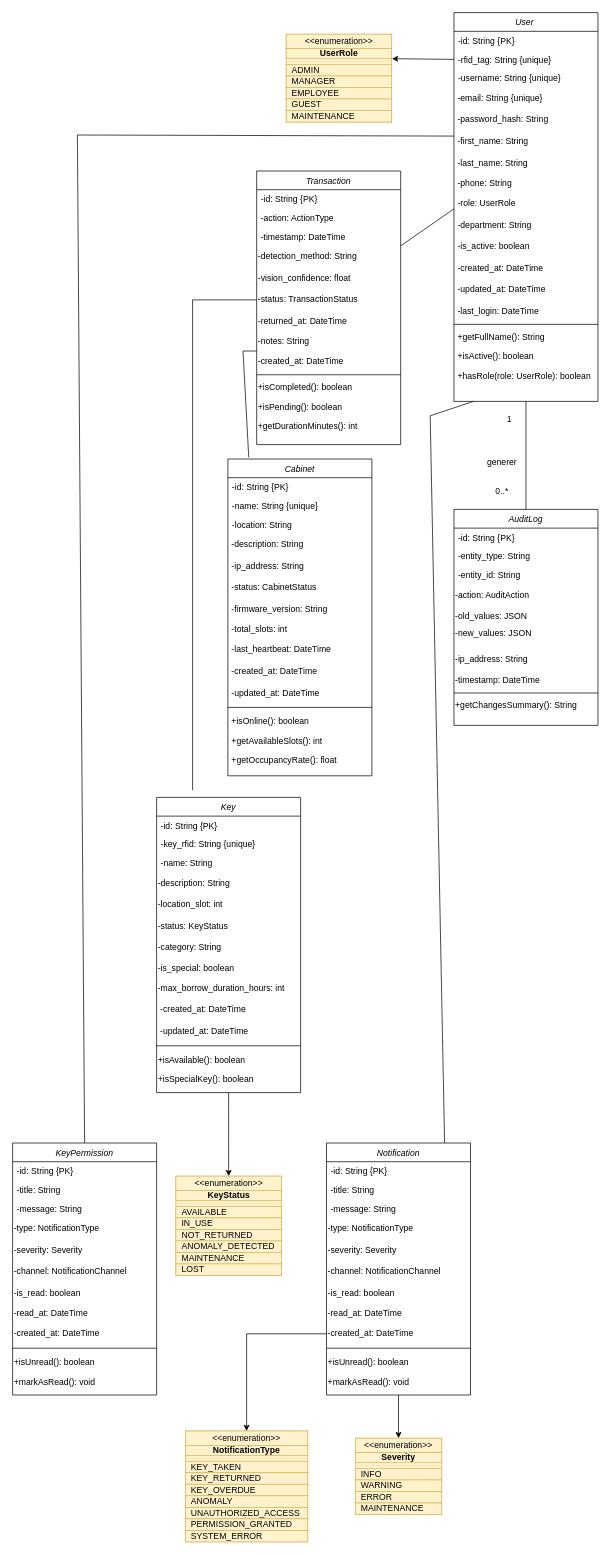
The draw.io diagram classdiagram.drawio in YosrMekkii/smart-key-management-web, before the edit. Source tidied: cells renumbered, new cells numbered last; positions are measured from the earlier drawing's top-left corner, leaving out a move shared by most shapes. Both pictures are drawn from the tidied source at 72%, with x=0, y=0 at pixel (12, 12).
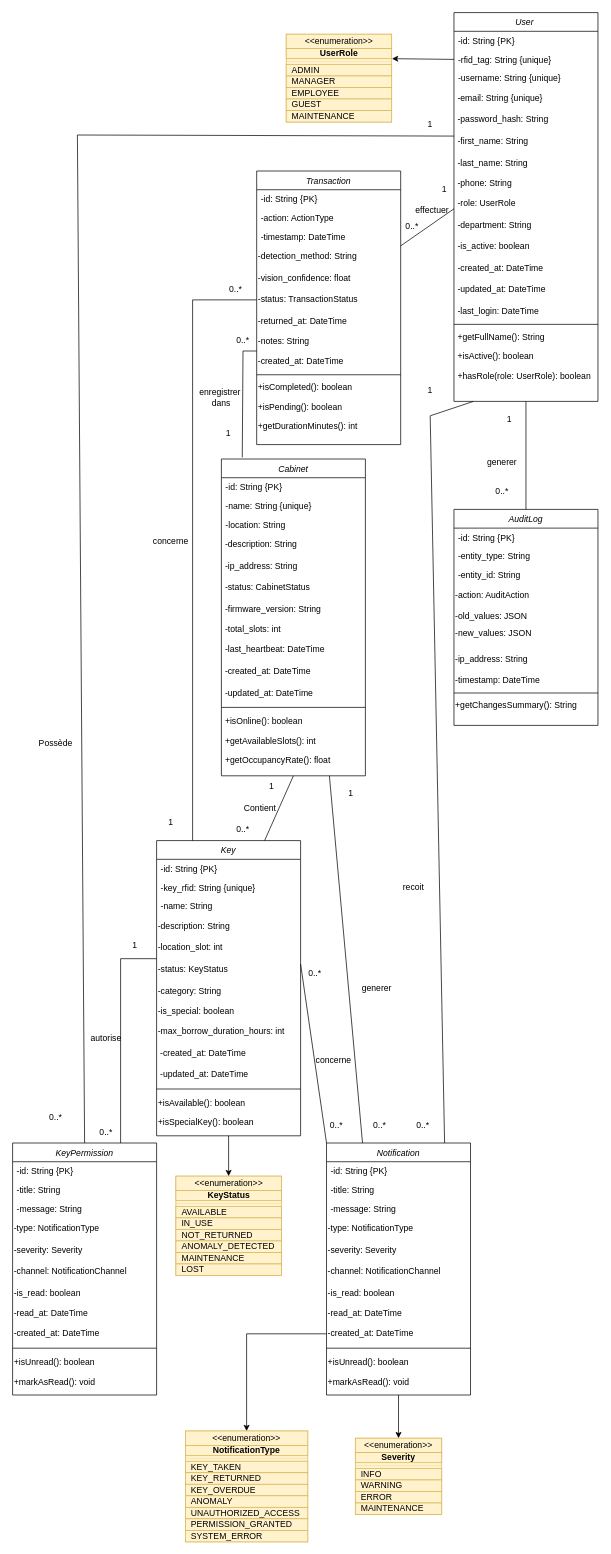
The same page after the edit.

Commit message:
Mettre à jour classdiagram.drawio

The change refers to these unchanged cells:
```xml
<mxCell id="27" value="-status: TransactionStatus" style="text;html=1;whiteSpace=wrap;strokeColor=none;fillColor=none;align=left;verticalAlign=middle;rounded=0;" parent="21" vertex="1">
  <mxGeometry y="164" width="200" height="30" as="geometry" />
</mxCell>
<mxCell id="57" value="-status: KeyStatus" style="text;html=1;whiteSpace=wrap;strokeColor=none;fillColor=none;align=left;verticalAlign=middle;rounded=0;" parent="51" vertex="1">
  <mxGeometry y="164" width="200" height="30" as="geometry" />
</mxCell>
<mxCell id="66" value="KeyPermission" style="swimlane;fontStyle=2;align=center;verticalAlign=top;horizontal=1;startSize=26;rounded=0;shadow=0;strokeWidth=1;" parent="1" vertex="1">
  <mxGeometry y="1570" width="200" height="350" as="geometry" />
</mxCell>
<mxCell id="80" value="Notification" style="swimlane;fontStyle=2;align=center;verticalAlign=top;horizontal=1;startSize=26;rounded=0;shadow=0;strokeWidth=1;" parent="1" vertex="1">
  <mxGeometry x="436" y="1570" width="200" height="350" as="geometry" />
</mxCell>
```

What changed in the source:
```diff
@@
     <mxCell id="35" value="Cabinet" style="swimlane;fontStyle=2;align=center;verticalAlign=top;horizontal=1;startSize=26;rounded=0;shadow=0;strokeWidth=1;" parent="1" vertex="1">
-      <mxGeometry x="299" y="620" width="200" height="440" as="geometry" />
+      <mxGeometry x="290" y="620" width="200" height="440" as="geometry" />
     </mxCell>
@@
     <mxCell id="51" value="Key" style="swimlane;fontStyle=2;align=center;verticalAlign=top;horizontal=1;startSize=26;rounded=0;shadow=0;strokeWidth=1;" parent="1" vertex="1">
-      <mxGeometry x="200" y="1090" width="200" height="410" as="geometry" />
+      <mxGeometry x="200" y="1150" width="200" height="410" as="geometry" />
     </mxCell>
@@
-    <mxCell id="156" style="endArrow=none;html=1;rounded=0;entryX=0;entryY=0.5;entryDx=0;entryDy=0;" parent="1" edge="1" target="27">
+    <mxCell id="156" style="endArrow=none;html=1;rounded=0;entryX=0;entryY=0.5;entryDx=0;entryDy=0;exitX=0.25;exitY=0;exitDx=0;exitDy=0;" parent="1" edge="1" source="51" target="27">
       <mxGeometry relative="1" as="geometry">
-        <mxPoint x="250" y="1080" as="sourcePoint" />
         <Array as="points">
           <mxPoint x="250" y="399" />
         </Array>
       </mxGeometry>
     </mxCell>
@@
+    <mxCell id="158" value="1" style="text;html=1;whiteSpace=wrap;strokeColor=none;fillColor=none;align=center;verticalAlign=middle;rounded=0;" parent="1" vertex="1">
+      <mxGeometry x="570" y="230" width="60" height="30" as="geometry" />
+    </mxCell>
+    <mxCell id="159" value="0..*" style="text;html=1;whiteSpace=wrap;strokeColor=none;fillColor=none;align=center;verticalAlign=middle;rounded=0;" parent="1" vertex="1">
+      <mxGeometry x="525" y="282" width="60" height="30" as="geometry" />
+    </mxCell>
+    <mxCell id="160" value="effectuer" style="text;html=1;whiteSpace=wrap;strokeColor=none;fillColor=none;align=center;verticalAlign=middle;rounded=0;" parent="1" vertex="1">
+      <mxGeometry x="553" y="260" width="60" height="30" as="geometry" />
+    </mxCell>
+    <mxCell id="161" value="1" style="text;html=1;whiteSpace=wrap;strokeColor=none;fillColor=none;align=center;verticalAlign=middle;rounded=0;" parent="1" vertex="1">
+      <mxGeometry x="550" y="510" width="60" height="30" as="geometry" />
+    </mxCell>
+    <mxCell id="162" value="0..*" style="text;html=1;whiteSpace=wrap;strokeColor=none;fillColor=none;align=center;verticalAlign=middle;rounded=0;" parent="1" vertex="1">
+      <mxGeometry x="540" y="1530" width="60" height="30" as="geometry" />
+    </mxCell>
+    <mxCell id="163" value="recoit" style="text;html=1;whiteSpace=wrap;strokeColor=none;fillColor=none;align=center;verticalAlign=middle;rounded=0;" parent="1" vertex="1">
+      <mxGeometry x="526.5" y="1200" width="60" height="30" as="geometry" />
+    </mxCell>
+    <mxCell id="164" value="Possède" style="text;html=1;whiteSpace=wrap;strokeColor=none;fillColor=none;align=center;verticalAlign=middle;rounded=0;" parent="1" vertex="1">
+      <mxGeometry x="30" y="1000" width="60" height="30" as="geometry" />
+    </mxCell>
+    <mxCell id="165" value="0..*" style="text;html=1;whiteSpace=wrap;strokeColor=none;fillColor=none;align=center;verticalAlign=middle;rounded=0;" parent="1" vertex="1">
+      <mxGeometry x="30" y="1520" width="60" height="30" as="geometry" />
+    </mxCell>
+    <mxCell id="166" value="1" style="text;html=1;whiteSpace=wrap;strokeColor=none;fillColor=none;align=center;verticalAlign=middle;rounded=0;" parent="1" vertex="1">
+      <mxGeometry x="550" y="140" width="60" height="30" as="geometry" />
+    </mxCell>
+    <mxCell id="167" value="0..*" style="text;html=1;whiteSpace=wrap;strokeColor=none;fillColor=none;align=center;verticalAlign=middle;rounded=0;" parent="1" vertex="1">
+      <mxGeometry x="280" y="370" width="60" height="30" as="geometry" />
+    </mxCell>
+    <mxCell id="168" value="1" style="text;html=1;whiteSpace=wrap;strokeColor=none;fillColor=none;align=center;verticalAlign=middle;rounded=0;" parent="1" vertex="1">
+      <mxGeometry x="190" y="1110" width="60" height="30" as="geometry" />
+    </mxCell>
+    <mxCell id="169" value="concerne" style="text;html=1;whiteSpace=wrap;strokeColor=none;fillColor=none;align=center;verticalAlign=middle;rounded=0;" parent="1" vertex="1">
+      <mxGeometry x="190" y="720" width="60" height="30" as="geometry" />
+    </mxCell>
+    <mxCell id="170" value="0..*" style="text;html=1;whiteSpace=wrap;strokeColor=none;fillColor=none;align=center;verticalAlign=middle;rounded=0;" parent="1" vertex="1">
+      <mxGeometry x="290" y="440" width="60" height="30" as="geometry" />
+    </mxCell>
+    <mxCell id="171" value="1" style="text;html=1;whiteSpace=wrap;strokeColor=none;fillColor=none;align=center;verticalAlign=middle;rounded=0;" parent="1" vertex="1">
+      <mxGeometry x="270" y="570" width="60" height="30" as="geometry" />
+    </mxCell>
+    <mxCell id="172" value="enregistrer&amp;nbsp; dans" style="text;html=1;whiteSpace=wrap;strokeColor=none;fillColor=none;align=center;verticalAlign=middle;rounded=0;" parent="1" vertex="1">
+      <mxGeometry x="260" y="520" width="60" height="30" as="geometry" />
+    </mxCell>
+    <mxCell id="173" style="endArrow=none;html=1;rounded=0;entryX=0.75;entryY=1;entryDx=0;entryDy=0;exitX=0.25;exitY=0;exitDx=0;exitDy=0;" parent="1" edge="1" source="80" target="35">
+      <mxGeometry relative="1" as="geometry" />
+    </mxCell>
+    <mxCell id="174" value="1" style="text;html=1;whiteSpace=wrap;strokeColor=none;fillColor=none;align=center;verticalAlign=middle;rounded=0;" parent="1" vertex="1">
+      <mxGeometry x="440" y="1070" width="60" height="30" as="geometry" />
+    </mxCell>
+    <mxCell id="175" value="0..*" style="text;html=1;whiteSpace=wrap;strokeColor=none;fillColor=none;align=center;verticalAlign=middle;rounded=0;" parent="1" vertex="1">
+      <mxGeometry x="480" y="1530" width="60" height="30" as="geometry" />
+    </mxCell>
+    <mxCell id="176" value="generer" style="text;html=1;whiteSpace=wrap;strokeColor=none;fillColor=none;align=center;verticalAlign=middle;rounded=0;" parent="1" vertex="1">
+      <mxGeometry x="476" y="1340" width="60" height="30" as="geometry" />
+    </mxCell>
+    <mxCell id="177" style="endArrow=none;html=1;rounded=0;entryX=1;entryY=0.25;entryDx=0;entryDy=0;exitX=0;exitY=0;exitDx=0;exitDy=0;" parent="1" edge="1" source="80" target="57">
+      <mxGeometry relative="1" as="geometry" />
+    </mxCell>
+    <mxCell id="178" style="endArrow=none;html=1;rounded=0;entryX=0.75;entryY=0;entryDx=0;entryDy=0;exitX=0.5;exitY=1;exitDx=0;exitDy=0;" parent="1" edge="1" source="35" target="51">
+      <mxGeometry relative="1" as="geometry" />
+    </mxCell>
+    <mxCell id="179" value="1" style="text;html=1;whiteSpace=wrap;strokeColor=none;fillColor=none;align=center;verticalAlign=middle;rounded=0;" parent="1" vertex="1">
+      <mxGeometry x="330" y="1060" width="60" height="30" as="geometry" />
+    </mxCell>
+    <mxCell id="180" value="0..*" style="text;html=1;whiteSpace=wrap;strokeColor=none;fillColor=none;align=center;verticalAlign=middle;rounded=0;" parent="1" vertex="1">
+      <mxGeometry x="290" y="1120" width="60" height="30" as="geometry" />
+    </mxCell>
+    <mxCell id="181" value="Contient" style="text;html=1;whiteSpace=wrap;strokeColor=none;fillColor=none;align=center;verticalAlign=middle;rounded=0;" parent="1" vertex="1">
+      <mxGeometry x="314" y="1090" width="60" height="30" as="geometry" />
+    </mxCell>
+    <mxCell id="182" style="endArrow=none;html=1;rounded=0;entryX=0.75;entryY=0;entryDx=0;entryDy=0;exitX=0;exitY=0;exitDx=0;exitDy=0;" parent="1" edge="1" source="57" target="66">
+      <mxGeometry relative="1" as="geometry">
+        <Array as="points">
+          <mxPoint x="150" y="1314" />
+        </Array>
+      </mxGeometry>
+    </mxCell>
+    <mxCell id="183" value="1" style="text;html=1;whiteSpace=wrap;strokeColor=none;fillColor=none;align=center;verticalAlign=middle;rounded=0;" parent="1" vertex="1">
+      <mxGeometry x="140" y="1280" width="60" height="30" as="geometry" />
+    </mxCell>
+    <mxCell id="184" value="0..*" style="text;html=1;whiteSpace=wrap;strokeColor=none;fillColor=none;align=center;verticalAlign=middle;rounded=0;" parent="1" vertex="1">
+      <mxGeometry x="100" y="1540" width="60" height="30" as="geometry" />
+    </mxCell>
+    <mxCell id="185" value="autorise" style="text;html=1;whiteSpace=wrap;strokeColor=none;fillColor=none;align=center;verticalAlign=middle;rounded=0;" parent="1" vertex="1">
+      <mxGeometry x="100" y="1410" width="60" height="30" as="geometry" />
+    </mxCell>
+    <mxCell id="186" value="concerne" style="text;html=1;whiteSpace=wrap;strokeColor=none;fillColor=none;align=center;verticalAlign=middle;rounded=0;" parent="1" vertex="1">
+      <mxGeometry x="416" y="1440" width="60" height="30" as="geometry" />
+    </mxCell>
+    <mxCell id="187" value="0..*" style="text;html=1;whiteSpace=wrap;strokeColor=none;fillColor=none;align=center;verticalAlign=middle;rounded=0;" parent="1" vertex="1">
+      <mxGeometry x="390" y="1320" width="60" height="30" as="geometry" />
+    </mxCell>
+    <mxCell id="188" value="0..*" style="text;html=1;whiteSpace=wrap;strokeColor=none;fillColor=none;align=center;verticalAlign=middle;rounded=0;" parent="1" vertex="1">
+      <mxGeometry x="420" y="1530" width="60" height="30" as="geometry" />
+    </mxCell>
```
